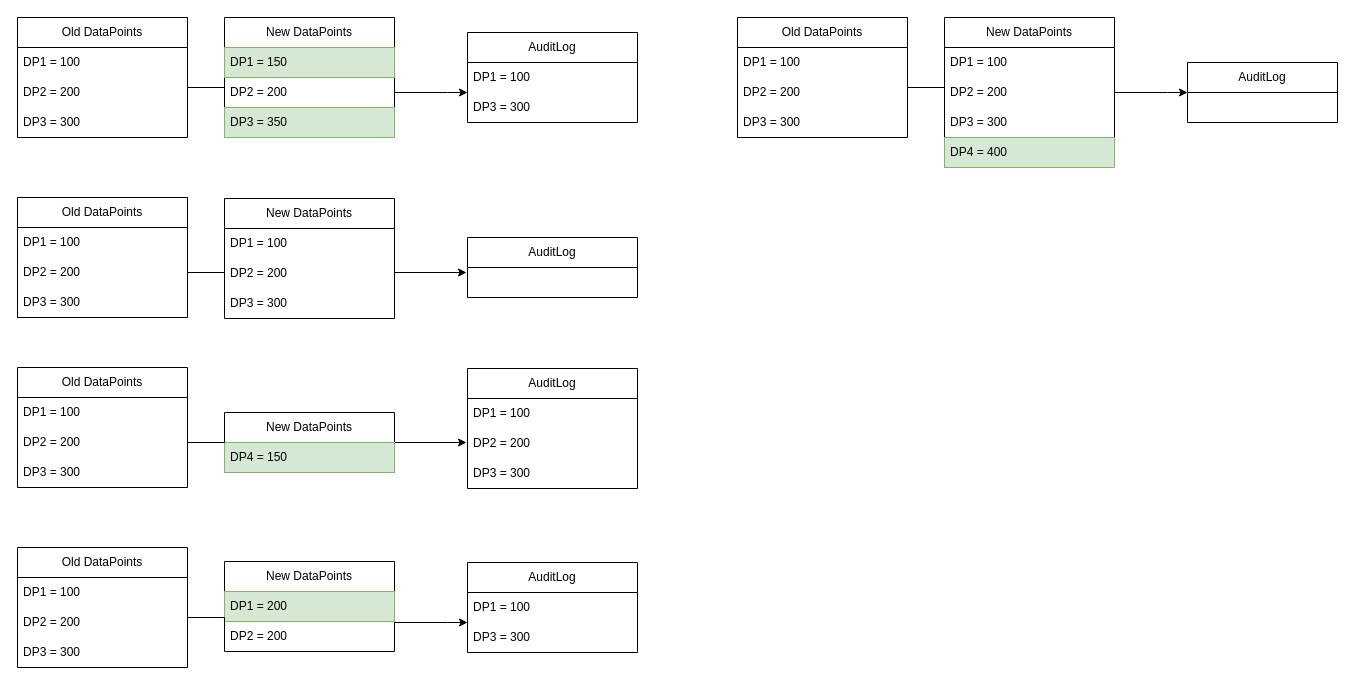
jfaghy/drawings keeps this draw.io diagram as page "DP Diff" (2 of 2) of Audit.drawio. Above is the earlier version. Source tidied: cells renumbered, new cells numbered last; positions are measured from the earlier drawing's top-left corner, leaving out a move shared by most shapes. Both pictures are drawn from the tidied source at 100%, with x=0, y=0 at pixel (17, 17).
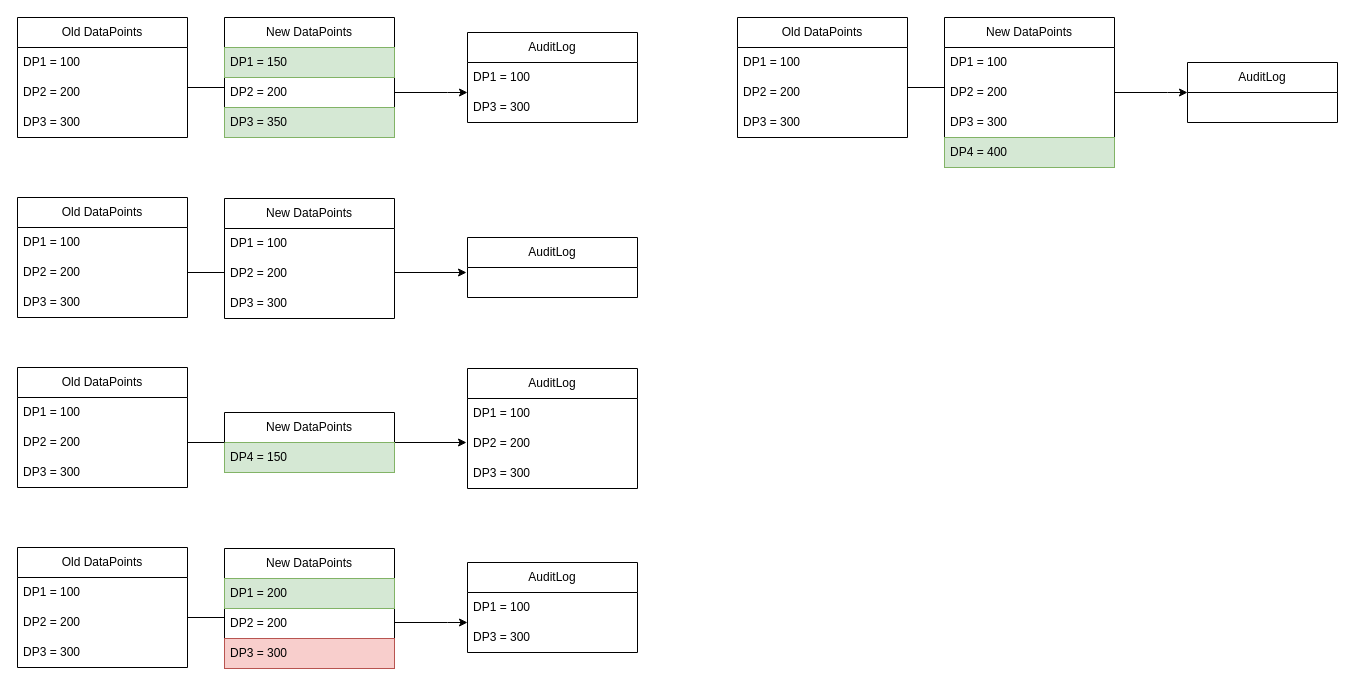
After the change.

What changed in the source:
```diff
@@
     <mxCell id="42" value="New DataPoints" style="swimlane;fontStyle=0;horizontal=1;startSize=30;whiteSpace=wrap;html=1;" parent="1" vertex="1">
-      <mxGeometry x="207" y="544" width="170" height="90" as="geometry" />
+      <mxGeometry x="207" y="531" width="170" height="120" as="geometry" />
     </mxCell>
@@
+    <mxCell id="62" value="DP3 = 300" style="text;strokeColor=#b85450;fillColor=#f8cecc;align=left;verticalAlign=middle;spacingLeft=4;spacingRight=4;overflow=hidden;whiteSpace=wrap;html=1;" parent="42" vertex="1">
+      <mxGeometry y="90" width="170" height="30" as="geometry" />
+    </mxCell>
```
